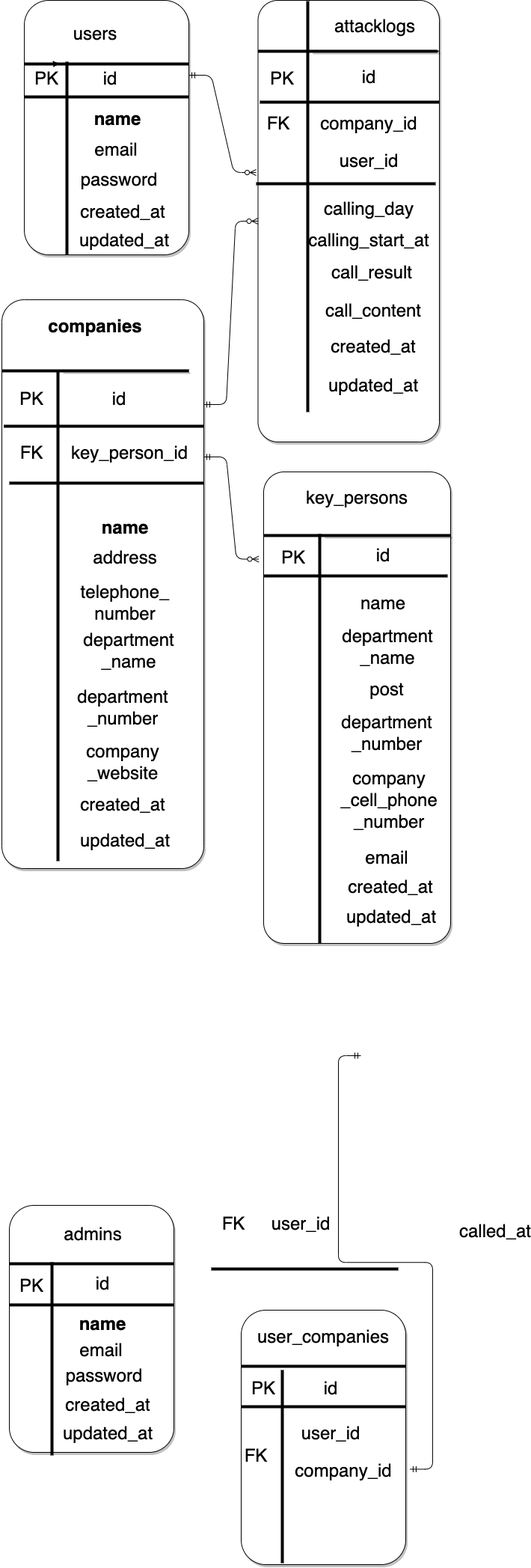
Above: er .drawio.png in omegamaster86/portfolio1 (draw.io), before the change. Source tidied: cells renumbered, new cells last; positions are measured from the earlier drawing's top-left corner, leaving out a move shared by most shapes.
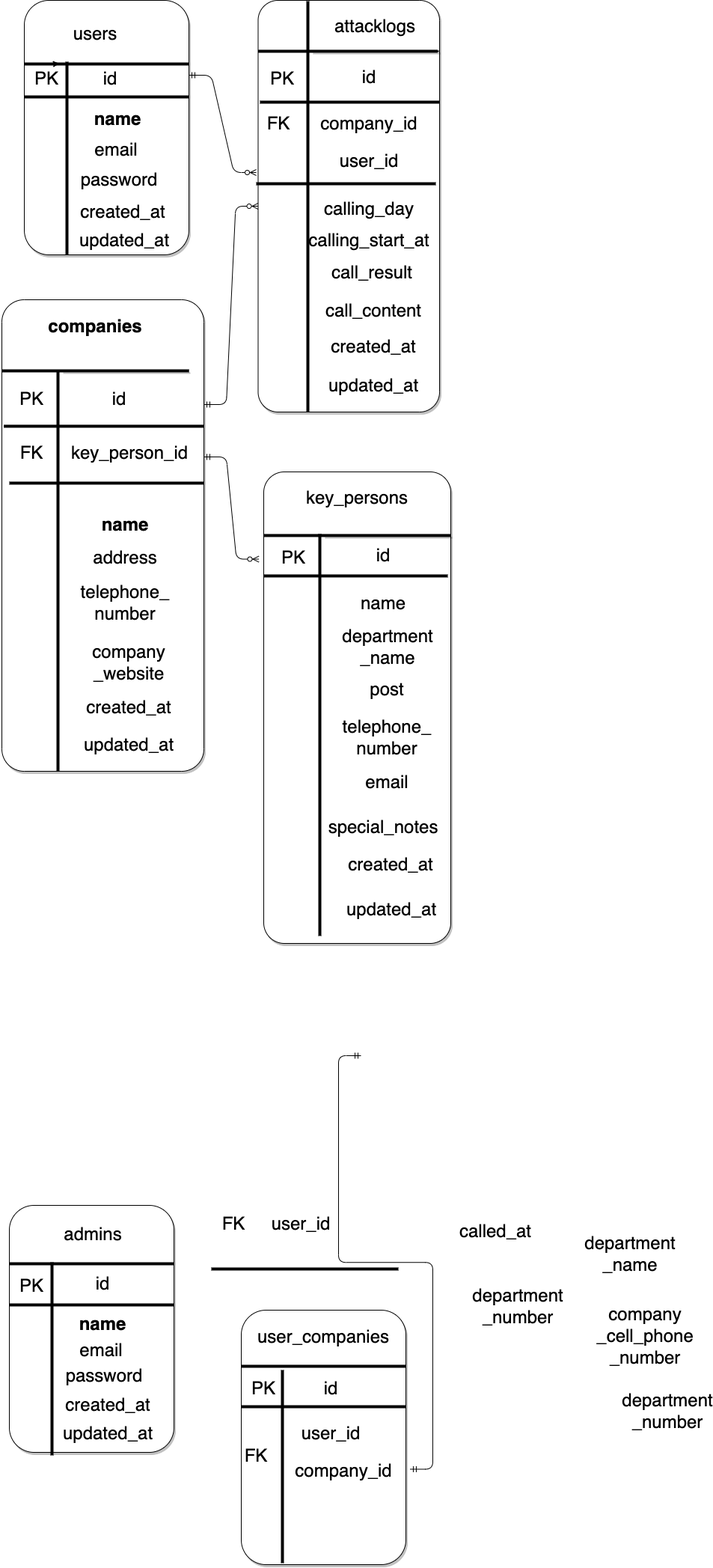
Later version of the same file.

Commit message:
add : special_notes

Change to the diagram source:
```diff
@@ -3,7 +3,7 @@
     <mxCell id="0" />
     <mxCell id="1" parent="0" />
     <mxCell id="2" value="&lt;h1 style=&quot;border-color: rgb(0, 0, 0); color: rgb(240, 240, 240); font-family: Helvetica; font-style: normal; font-variant-ligatures: normal; font-variant-caps: normal; letter-spacing: normal; orphans: 2; text-align: center; text-indent: 0px; text-transform: none; widows: 2; word-spacing: 0px; -webkit-text-stroke-width: 0px; background-color: rgb(42, 37, 47); text-decoration-thickness: initial; text-decoration-style: initial; text-decoration-color: initial; line-height: 100%;&quot;&gt;&lt;br&gt;&lt;/h1&gt;" style="rounded=1;whiteSpace=wrap;html=1;shadow=1;arcSize=11;" parent="1" vertex="1">
-      <mxGeometry y="400" width="270" height="760" as="geometry" />
+      <mxGeometry y="400" width="270" height="630" as="geometry" />
     </mxCell>
     <mxCell id="3" value="&lt;h1&gt;&lt;br&gt;&lt;/h1&gt;" style="rounded=1;whiteSpace=wrap;html=1;shadow=1;" parent="1" vertex="1">
       <mxGeometry x="30" width="220" height="340" as="geometry" />
@@ -21,7 +21,7 @@
       <mxGeometry x="90" y="435" width="70" height="30" as="geometry" />
     </mxCell>
     <mxCell id="7" value="&lt;h1 style=&quot;font-size: 24px;&quot;&gt;name&lt;/h1&gt;" style="text;strokeColor=none;align=center;fillColor=none;html=1;verticalAlign=middle;whiteSpace=wrap;rounded=0;fontStyle=0;fontSize=24;" parent="1" vertex="1">
-      <mxGeometry x="100" y="690" width="130" height="30" as="geometry" />
+      <mxGeometry x="100" y="686" width="130" height="30" as="geometry" />
     </mxCell>
     <mxCell id="8" value="telephone_&lt;br&gt;number" style="text;strokeColor=none;align=center;fillColor=none;html=1;verticalAlign=middle;whiteSpace=wrap;rounded=0;fontSize=24;" parent="1" vertex="1">
       <mxGeometry x="90" y="790" width="150" height="30" as="geometry" />
@@ -42,28 +42,28 @@
       <mxGeometry x="135" y="730" width="60" height="30" as="geometry" />
     </mxCell>
     <mxCell id="14" value="department&lt;br&gt;_name" style="text;strokeColor=none;align=center;fillColor=none;html=1;verticalAlign=middle;whiteSpace=wrap;rounded=0;fontSize=24;" parent="1" vertex="1">
-      <mxGeometry x="140" y="854" width="60" height="30" as="geometry" />
+      <mxGeometry x="810" y="1660" width="60" height="30" as="geometry" />
     </mxCell>
     <mxCell id="15" value="department&lt;br&gt;_number" style="text;strokeColor=none;align=center;fillColor=none;html=1;verticalAlign=middle;whiteSpace=wrap;rounded=0;fontSize=24;" parent="1" vertex="1">
-      <mxGeometry x="132" y="930" width="60" height="30" as="geometry" />
+      <mxGeometry x="660" y="1730" width="60" height="30" as="geometry" />
     </mxCell>
     <mxCell id="16" value="company&lt;br&gt;_cell_phone&lt;br&gt;_number" style="text;strokeColor=none;align=center;fillColor=none;html=1;verticalAlign=middle;whiteSpace=wrap;rounded=0;fontSize=24;" parent="1" vertex="1">
-      <mxGeometry x="488" y="1054" width="60" height="30" as="geometry" />
+      <mxGeometry x="830" y="1770" width="60" height="30" as="geometry" />
     </mxCell>
     <mxCell id="17" value="post" style="text;strokeColor=none;align=center;fillColor=none;html=1;verticalAlign=middle;whiteSpace=wrap;rounded=0;fontSize=24;" parent="1" vertex="1">
       <mxGeometry x="485" y="906" width="60" height="30" as="geometry" />
     </mxCell>
     <mxCell id="18" value="email" style="text;strokeColor=none;align=center;fillColor=none;html=1;verticalAlign=middle;whiteSpace=wrap;rounded=0;fontSize=24;" parent="1" vertex="1">
-      <mxGeometry x="485" y="1131" width="60" height="30" as="geometry" />
+      <mxGeometry x="485" y="1030" width="60" height="30" as="geometry" />
     </mxCell>
     <mxCell id="19" value="company&lt;br&gt;_website" style="text;strokeColor=none;align=center;fillColor=none;html=1;verticalAlign=middle;whiteSpace=wrap;rounded=0;fontSize=24;" parent="1" vertex="1">
-      <mxGeometry x="132" y="1003" width="60" height="30" as="geometry" />
+      <mxGeometry x="140" y="870" width="60" height="30" as="geometry" />
     </mxCell>
     <mxCell id="20" value="department&lt;br&gt;_number" style="text;strokeColor=none;align=center;fillColor=none;html=1;verticalAlign=middle;whiteSpace=wrap;rounded=0;fontSize=24;" parent="1" vertex="1">
-      <mxGeometry x="485" y="964" width="60" height="30" as="geometry" />
+      <mxGeometry x="860" y="1870" width="60" height="30" as="geometry" />
     </mxCell>
     <mxCell id="21" value="&lt;h1 style=&quot;border-color: rgb(0, 0, 0); color: rgb(240, 240, 240); font-family: Helvetica; font-style: normal; font-variant-ligatures: normal; font-variant-caps: normal; letter-spacing: normal; orphans: 2; text-align: center; text-indent: 0px; text-transform: none; widows: 2; word-spacing: 0px; -webkit-text-stroke-width: 0px; background-color: rgb(42, 37, 47); text-decoration-thickness: initial; text-decoration-style: initial; text-decoration-color: initial; line-height: 100%;&quot;&gt;&lt;br&gt;&lt;/h1&gt;" style="rounded=1;whiteSpace=wrap;html=1;shadow=1;arcSize=11;" parent="1" vertex="1">
-      <mxGeometry x="342.5" width="242.5" height="590" as="geometry" />
+      <mxGeometry x="342.5" width="242.5" height="550" as="geometry" />
     </mxCell>
     <mxCell id="22" style="line;strokeWidth=2;html=1;perimeter=backbonePerimeter;shadow=1;" parent="1" vertex="1">
       <mxGeometry x="414" y="63" width="170" height="10" as="geometry" />
@@ -87,10 +87,10 @@
       <mxGeometry x="467" y="400" width="60" height="30" as="geometry" />
     </mxCell>
     <mxCell id="29" value="created_at" style="text;strokeColor=none;align=center;fillColor=none;html=1;verticalAlign=middle;whiteSpace=wrap;rounded=0;fontSize=24;" parent="1" vertex="1">
-      <mxGeometry x="132" y="1060" width="60" height="30" as="geometry" />
+      <mxGeometry x="140" y="930" width="60" height="30" as="geometry" />
     </mxCell>
     <mxCell id="30" value="updated_at" style="text;strokeColor=none;align=center;fillColor=none;html=1;verticalAlign=middle;whiteSpace=wrap;rounded=0;fontSize=24;" parent="1" vertex="1">
-      <mxGeometry x="135" y="1108" width="60" height="30" as="geometry" />
+      <mxGeometry x="140" y="980" width="60" height="30" as="geometry" />
     </mxCell>
     <mxCell id="31" value="created_at" style="text;strokeColor=none;align=center;fillColor=none;html=1;verticalAlign=middle;whiteSpace=wrap;rounded=0;fontSize=24;" parent="1" vertex="1">
       <mxGeometry x="466.5" y="448" width="60" height="30" as="geometry" />
@@ -99,10 +99,10 @@
       <mxGeometry x="467" y="500" width="60" height="30" as="geometry" />
     </mxCell>
     <mxCell id="33" value="created_at" style="text;strokeColor=none;align=center;fillColor=none;html=1;verticalAlign=middle;whiteSpace=wrap;rounded=0;fontSize=24;" parent="1" vertex="1">
-      <mxGeometry x="490" y="1170" width="60" height="30" as="geometry" />
+      <mxGeometry x="490" y="1140" width="60" height="30" as="geometry" />
     </mxCell>
     <mxCell id="34" value="updated_at" style="text;strokeColor=none;align=center;fillColor=none;html=1;verticalAlign=middle;whiteSpace=wrap;rounded=0;fontSize=24;" parent="1" vertex="1">
-      <mxGeometry x="491" y="1210" width="60" height="30" as="geometry" />
+      <mxGeometry x="491" y="1200" width="60" height="30" as="geometry" />
     </mxCell>
     <mxCell id="35" style="line;strokeWidth=4;direction=south;html=1;perimeter=backbonePerimeter;fontSize=12;" parent="1" vertex="1">
       <mxGeometry x="404" y="1" width="10" height="549" as="geometry" />
@@ -120,10 +120,10 @@
       <mxGeometry x="10" y="518" width="60" height="30" as="geometry" />
     </mxCell>
     <mxCell id="40" style="line;strokeWidth=4;direction=south;html=1;perimeter=backbonePerimeter;fontSize=24;" parent="1" vertex="1">
-      <mxGeometry x="70" y="494" width="10" height="656" as="geometry" />
+      <mxGeometry x="70" y="494" width="10" height="536" as="geometry" />
     </mxCell>
     <mxCell id="41" style="line;strokeWidth=4;direction=south;html=1;perimeter=backbonePerimeter;fontSize=24;" parent="1" vertex="1">
-      <mxGeometry x="420" y="713" width="10" height="547" as="geometry" />
+      <mxGeometry x="420" y="713" width="10" height="537" as="geometry" />
     </mxCell>
     <mxCell id="42" style="line;strokeWidth=4;html=1;perimeter=backbonePerimeter;fontSize=24;" parent="1" vertex="1">
       <mxGeometry y="490" width="250" height="10" as="geometry" />
@@ -302,5 +302,11 @@
     <mxCell id="97" value="user_id" style="text;strokeColor=none;align=center;fillColor=none;html=1;verticalAlign=middle;whiteSpace=wrap;rounded=0;fontSize=24;" parent="1" vertex="1">
       <mxGeometry x="461" y="200" width="60" height="30" as="geometry" />
     </mxCell>
+    <mxCell id="98" value="special_notes" style="text;strokeColor=none;align=center;fillColor=none;html=1;verticalAlign=middle;whiteSpace=wrap;rounded=0;fontSize=24;" parent="1" vertex="1">
+      <mxGeometry x="480" y="1090" width="60" height="30" as="geometry" />
+    </mxCell>
+    <mxCell id="99" value="telephone_&lt;br&gt;number" style="text;strokeColor=none;align=center;fillColor=none;html=1;verticalAlign=middle;whiteSpace=wrap;rounded=0;fontSize=24;" parent="1" vertex="1">
+      <mxGeometry x="440" y="970" width="150" height="30" as="geometry" />
+    </mxCell>
   </root>
 </mxGraphModel>
```
